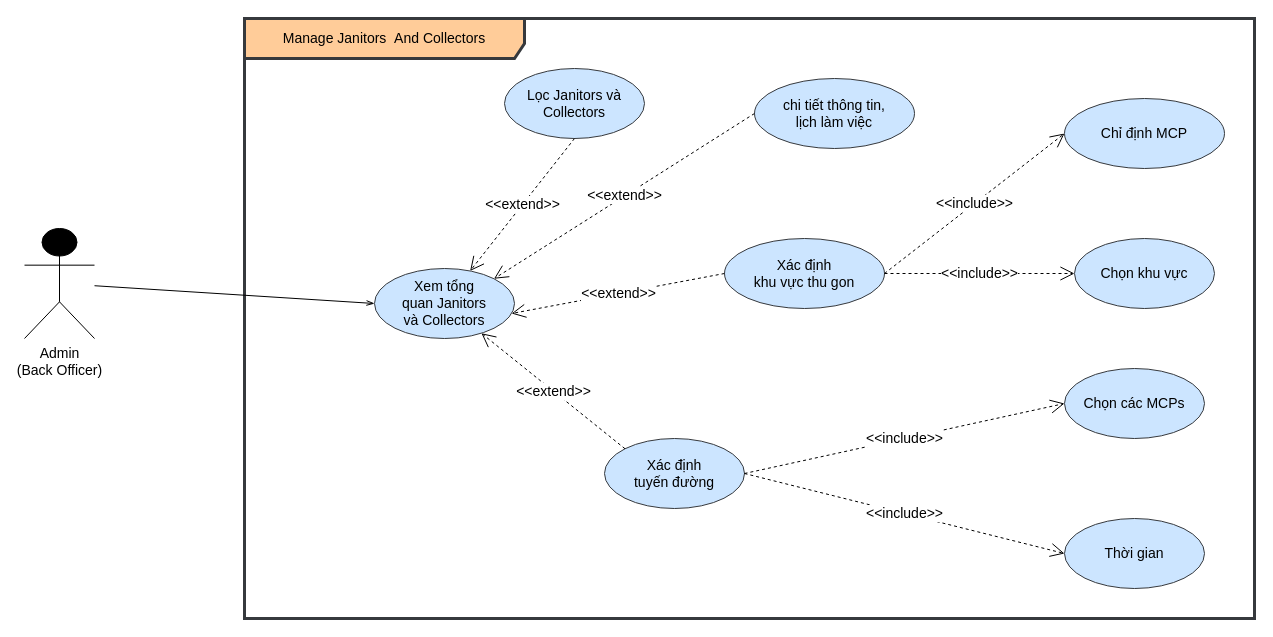
Before: Task 1/1.3/Quản lí người vệ sinh và thu gom.drawio in astr0tas/SE-with-Da-Bois---UWC-2.0, a draw.io diagram. Source tidied: cells renumbered, new cells numbered last; positions are measured from the earlier drawing's top-left corner, leaving out a move shared by most shapes. Both pictures are drawn from the tidied source at 100%, with x=0, y=0 at pixel (24, 18).
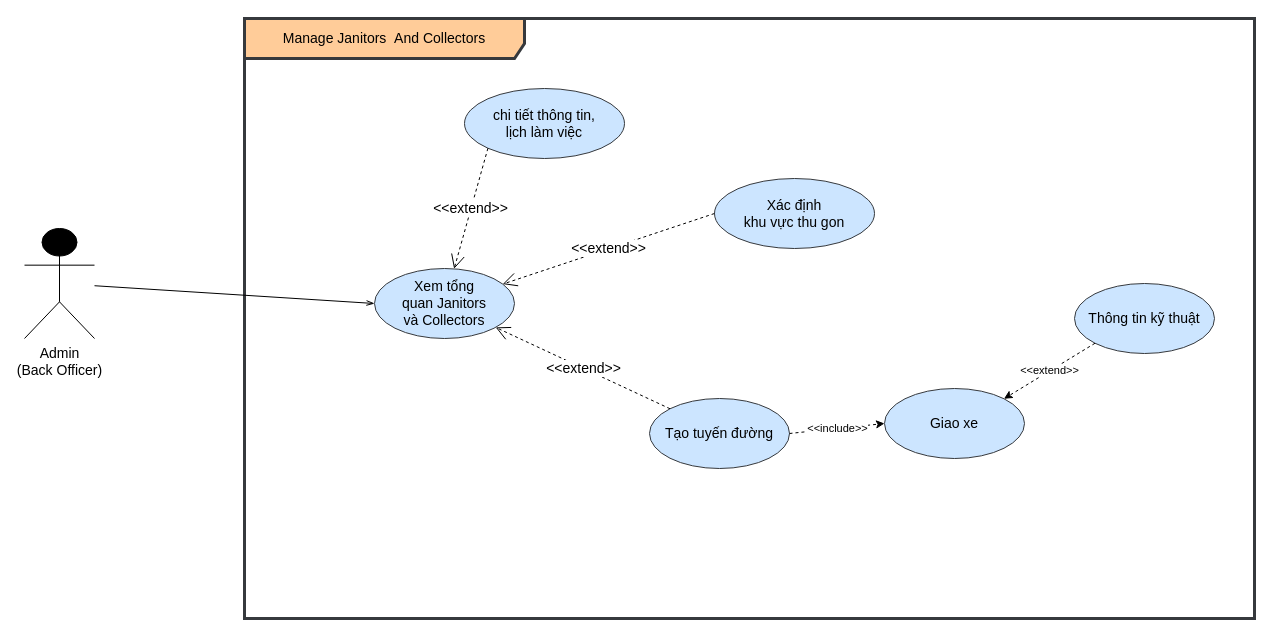
The same page after the edit.

The change refers to these unchanged cells:
```xml
<mxCell id="12" value="Xem tổng quan&amp;nbsp;&lt;a name=&quot;OLE_LINK27&quot;&gt;&lt;span&gt;Janitors&lt;br&gt;và Collectors&lt;/span&gt;&lt;/a&gt;" style="ellipse;whiteSpace=wrap;html=1;fontSize=14;fillColor=#cce5ff;strokeColor=#36393d;" parent="1" vertex="1">
  <mxGeometry x="350" y="250" width="140" height="70" as="geometry" />
</mxCell>
```

Diff of the diagram source:
```diff
@@
     <mxCell id="4" value="chi tiết thông tin, &lt;br&gt;lịch làm việc" style="ellipse;whiteSpace=wrap;html=1;fontSize=14;fillColor=#cce5ff;strokeColor=#36393d;" parent="1" vertex="1">
-      <mxGeometry x="730" y="60" width="160" height="70" as="geometry" />
+      <mxGeometry x="440" y="70" width="160" height="70" as="geometry" />
     </mxCell>
-    <mxCell id="5" value="Xác định &lt;br&gt;tuyến đường" style="ellipse;whiteSpace=wrap;html=1;fontSize=14;fillColor=#cce5ff;strokeColor=#36393d;" parent="1" vertex="1">
-      <mxGeometry x="580" y="420" width="140" height="70" as="geometry" />
+    <mxCell id="5" value="Tạo tuyến đường" style="ellipse;whiteSpace=wrap;html=1;fontSize=14;fillColor=#cce5ff;strokeColor=#36393d;" parent="1" vertex="1">
+      <mxGeometry x="625" y="380" width="140" height="70" as="geometry" />
     </mxCell>
-    <mxCell id="6" value="Thời gian" style="ellipse;whiteSpace=wrap;html=1;fontSize=14;fillColor=#cce5ff;strokeColor=#36393d;" parent="1" vertex="1">
-      <mxGeometry x="1040" y="500" width="140" height="70" as="geometry" />
-    </mxCell>
-    <mxCell id="7" value="Chọn các MCPs" style="ellipse;whiteSpace=wrap;html=1;fontSize=14;fillColor=#cce5ff;strokeColor=#36393d;" parent="1" vertex="1">
-      <mxGeometry x="1040" y="350" width="140" height="70" as="geometry" />
-    </mxCell>
-    <mxCell id="8" value="&amp;lt;&amp;lt;include&amp;gt;&amp;gt;" style="endArrow=open;endSize=12;dashed=1;html=1;rounded=0;fontSize=14;entryX=0;entryY=0.5;entryDx=0;entryDy=0;exitX=1;exitY=0.5;exitDx=0;exitDy=0;" parent="1" edge="1" source="5" target="7">
-      <mxGeometry relative="1" as="geometry" />
-    </mxCell>
-    <mxCell id="9" value="&amp;lt;&amp;lt;include&amp;gt;&amp;gt;" style="endArrow=open;endSize=12;dashed=1;html=1;rounded=0;fontSize=14;entryX=0;entryY=0.5;entryDx=0;entryDy=0;exitX=1;exitY=0.5;exitDx=0;exitDy=0;" parent="1" edge="1" source="5" target="6">
-      <mxGeometry relative="1" as="geometry" />
-    </mxCell>
-    <mxCell id="10" value="&amp;lt;&amp;lt;extend&amp;gt;&amp;gt;" style="endArrow=open;endSize=12;dashed=1;html=1;rounded=0;fontSize=14;exitX=0;exitY=0.5;exitDx=0;exitDy=0;entryX=1;entryY=0;entryDx=0;entryDy=0;" parent="1" edge="1" source="4" target="12">
+    <mxCell id="10" value="&amp;lt;&amp;lt;extend&amp;gt;&amp;gt;" style="endArrow=open;endSize=12;dashed=1;html=1;rounded=0;fontSize=14;exitX=0;exitY=1;exitDx=0;exitDy=0;" parent="1" edge="1" source="4" target="12">
       <mxGeometry relative="1" as="geometry" />
     </mxCell>
@@
-    <mxCell id="14" value="Lọc Janitors và Collectors" style="ellipse;whiteSpace=wrap;html=1;fontSize=14;fillColor=#cce5ff;strokeColor=#36393d;" parent="1" vertex="1">
-      <mxGeometry x="480" y="50" width="140" height="70" as="geometry" />
-    </mxCell>
-    <mxCell id="15" value="&amp;lt;&amp;lt;extend&amp;gt;&amp;gt;" style="endArrow=open;endSize=12;dashed=1;html=1;rounded=0;fontSize=14;exitX=0.5;exitY=1;exitDx=0;exitDy=0;" parent="1" edge="1" source="14" target="12">
-      <mxGeometry relative="1" as="geometry" />
-    </mxCell>
     <mxCell id="16" value="Xác định &lt;br&gt;khu vực thu gon" style="ellipse;whiteSpace=wrap;html=1;fontSize=14;fillColor=#cce5ff;strokeColor=#36393d;" parent="1" vertex="1">
-      <mxGeometry x="700" y="220" width="160" height="70" as="geometry" />
+      <mxGeometry x="690" y="160" width="160" height="70" as="geometry" />
     </mxCell>
-    <mxCell id="17" value="&amp;lt;&amp;lt;extend&amp;gt;&amp;gt;" style="endArrow=open;endSize=12;dashed=1;html=1;rounded=0;fontSize=14;exitX=0;exitY=0.5;exitDx=0;exitDy=0;entryX=0.979;entryY=0.643;entryDx=0;entryDy=0;entryPerimeter=0;" parent="1" edge="1" source="16" target="12">
+    <mxCell id="17" value="&amp;lt;&amp;lt;extend&amp;gt;&amp;gt;" style="endArrow=open;endSize=12;dashed=1;html=1;rounded=0;fontSize=14;exitX=0;exitY=0.5;exitDx=0;exitDy=0;" parent="1" edge="1" source="16" target="12">
       <mxGeometry relative="1" as="geometry" />
     </mxCell>
@@
-    <mxCell id="20" value="Chọn khu vực" style="ellipse;whiteSpace=wrap;html=1;fontSize=14;fillColor=#cce5ff;strokeColor=#36393d;" parent="1" vertex="1">
-      <mxGeometry x="1050" y="220" width="140" height="70" as="geometry" />
-    </mxCell>
-    <mxCell id="21" value="&amp;lt;&amp;lt;include&amp;gt;&amp;gt;" style="endArrow=open;endSize=12;dashed=1;html=1;rounded=0;fontSize=14;entryX=0;entryY=0.5;entryDx=0;entryDy=0;exitX=1;exitY=0.5;exitDx=0;exitDy=0;" parent="1" edge="1" source="16" target="20">
-      <mxGeometry relative="1" as="geometry" />
-    </mxCell>
-    <mxCell id="22" value="Chỉ định MCP" style="ellipse;whiteSpace=wrap;html=1;fontSize=14;fillColor=#cce5ff;strokeColor=#36393d;" parent="1" vertex="1">
-      <mxGeometry x="1040" y="80" width="160" height="70" as="geometry" />
-    </mxCell>
-    <mxCell id="23" value="&amp;lt;&amp;lt;include&amp;gt;&amp;gt;" style="endArrow=open;endSize=12;dashed=1;html=1;rounded=0;fontSize=14;entryX=0;entryY=0.5;entryDx=0;entryDy=0;exitX=1;exitY=0.5;exitDx=0;exitDy=0;" parent="1" edge="1" source="16" target="22">
-      <mxGeometry relative="1" as="geometry" />
-    </mxCell>
+    <mxCell id="24" value="Giao xe" style="ellipse;whiteSpace=wrap;html=1;fontSize=14;fillColor=#cce5ff;strokeColor=#36393d;" parent="1" vertex="1">
+      <mxGeometry x="860" y="370" width="140" height="70" as="geometry" />
+    </mxCell>
+    <mxCell id="25" value="Thông tin kỹ thuật" style="ellipse;whiteSpace=wrap;html=1;fontSize=14;fillColor=#cce5ff;strokeColor=#36393d;" parent="1" vertex="1">
+      <mxGeometry x="1050" y="265" width="140" height="70" as="geometry" />
+    </mxCell>
+    <mxCell id="26" value="&amp;lt;&amp;lt;include&amp;gt;&amp;gt;" style="endArrow=classic;html=1;rounded=0;entryX=0;entryY=0.5;entryDx=0;entryDy=0;exitX=1;exitY=0.5;exitDx=0;exitDy=0;dashed=1;" parent="1" edge="1" source="5" target="24">
+      <mxGeometry relative="1" as="geometry" />
+    </mxCell>
+    <mxCell id="15" value="&amp;lt;&amp;lt;extend&amp;gt;&amp;gt;" style="endArrow=classic;html=1;rounded=0;entryX=1;entryY=0;entryDx=0;entryDy=0;exitX=0;exitY=1;exitDx=0;exitDy=0;dashed=1;" parent="1" edge="1" source="25" target="24">
+      <mxGeometry relative="1" as="geometry" />
+    </mxCell>
```
